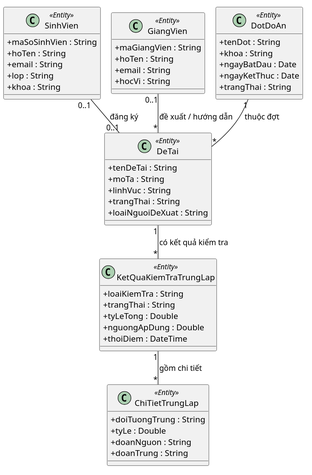
The PlantUML diagram docs/chuong-3-thiet-ke/so-do-lop/lop-thuc-the.svg in dtc235200036-alt/ICTU-DATN-NguyenThiMaiAnh, before a commit. The source it was exported from:
```plantuml
@startuml
skinparam defaultFontName "Noto Sans"
skinparam shadowing false
skinparam dpi 150
skinparam backgroundColor white
skinparam classAttributeIconSize 0
!pragma layout smetana

class SinhVien <<Entity>> {
  +maSoSinhVien : String
  +hoTen : String
  +email : String
  +lop : String
  +khoa : String
}

class GiangVien <<Entity>> {
  +maGiangVien : String
  +hoTen : String
  +email : String
  +hocVi : String
}

class DotDoAn <<Entity>> {
  +tenDot : String
  +khoa : String
  +ngayBatDau : Date
  +ngayKetThuc : Date
  +trangThai : String
}

class DeTai <<Entity>> {
  +tenDeTai : String
  +moTa : String
  +linhVuc : String
  +trangThai : String
  +loaiNguoiDeXuat : String
}

class KetQuaKiemTraTrungLap <<Entity>> {
  +loaiKiemTra : String
  +trangThai : String
  +tyLeTong : Double
  +nguongApDung : Double
  +thoiDiem : DateTime
}

class ChiTietTrungLap <<Entity>> {
  +doiTuongTrung : String
  +tyLe : Double
  +doanNguon : String
  +doanTrung : String
}

DotDoAn "1" -- "*" DeTai : thuộc đợt
GiangVien "0..1" -- "*" DeTai : đề xuất / hướng dẫn
SinhVien "0..1" -- "0..1" DeTai : đăng ký
DeTai "1" -- "*" KetQuaKiemTraTrungLap : có kết quả kiểm tra
KetQuaKiemTraTrungLap "1" -- "*" ChiTietTrungLap : gồm chi tiết
@enduml
```
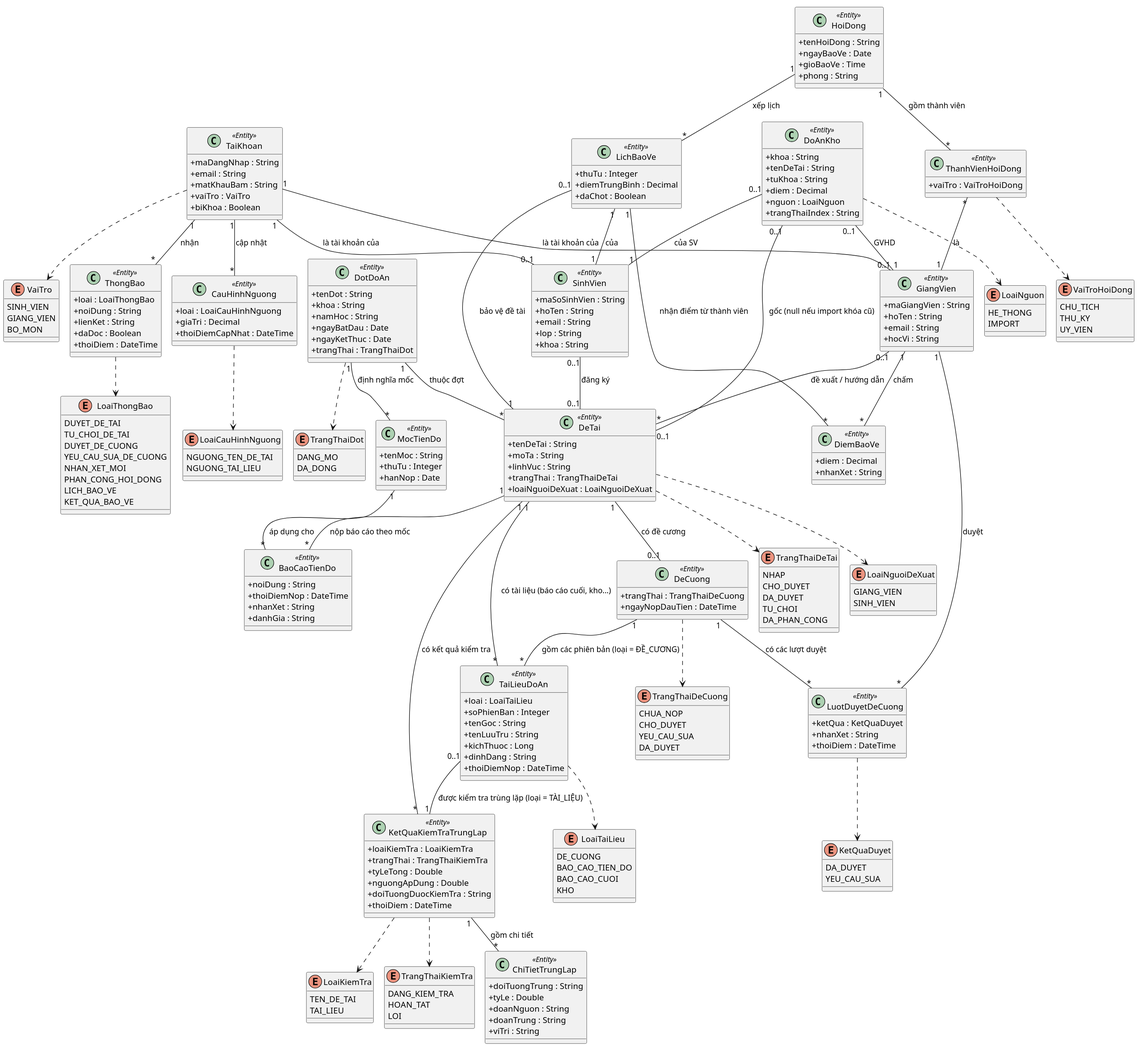
After the commit.

Diff of the diagram source:
```diff
@@ -5,6 +5,95 @@
 skinparam backgroundColor white
 skinparam classAttributeIconSize 0
 !pragma layout smetana
+
+enum VaiTro {
+  SINH_VIEN
+  GIANG_VIEN
+  BO_MON
+}
+
+enum TrangThaiDot {
+  DANG_MO
+  DA_DONG
+}
+
+enum TrangThaiDeTai {
+  NHAP
+  CHO_DUYET
+  DA_DUYET
+  TU_CHOI
+  DA_PHAN_CONG
+}
+
+enum LoaiNguoiDeXuat {
+  GIANG_VIEN
+  SINH_VIEN
+}
+
+enum TrangThaiDeCuong {
+  CHUA_NOP
+  CHO_DUYET
+  YEU_CAU_SUA
+  DA_DUYET
+}
+
+enum LoaiTaiLieu {
+  DE_CUONG
+  BAO_CAO_TIEN_DO
+  BAO_CAO_CUOI
+  KHO
+}
+
+enum KetQuaDuyet {
+  DA_DUYET
+  YEU_CAU_SUA
+}
+
+enum VaiTroHoiDong {
+  CHU_TICH
+  THU_KY
+  UY_VIEN
+}
+
+enum LoaiKiemTra {
+  TEN_DE_TAI
+  TAI_LIEU
+}
+
+enum TrangThaiKiemTra {
+  DANG_KIEM_TRA
+  HOAN_TAT
+  LOI
+}
+
+enum LoaiNguon {
+  HE_THONG
+  IMPORT
+}
+
+enum LoaiThongBao {
+  DUYET_DE_TAI
+  TU_CHOI_DE_TAI
+  DUYET_DE_CUONG
+  YEU_CAU_SUA_DE_CUONG
+  NHAN_XET_MOI
+  PHAN_CONG_HOI_DONG
+  LICH_BAO_VE
+  KET_QUA_BAO_VE
+}
+
+enum LoaiCauHinhNguong {
+  NGUONG_TEN_DE_TAI
+  NGUONG_TAI_LIEU
+}
+
+class TaiKhoan <<Entity>> {
+  +maDangNhap : String
+  +email : String
+  +matKhauBam : String
+  +vaiTro : VaiTro
+  +biKhoa : Boolean
+}
 
 class SinhVien <<Entity>> {
   +maSoSinhVien : String
@@ -24,24 +113,26 @@
 class DotDoAn <<Entity>> {
   +tenDot : String
   +khoa : String
+  +namHoc : String
   +ngayBatDau : Date
   +ngayKetThuc : Date
-  +trangThai : String
+  +trangThai : TrangThaiDot
 }
 
 class DeTai <<Entity>> {
   +tenDeTai : String
   +moTa : String
   +linhVuc : String
-  +trangThai : String
-  +loaiNguoiDeXuat : String
+  +trangThai : TrangThaiDeTai
+  +loaiNguoiDeXuat : LoaiNguoiDeXuat
 }
 
 class KetQuaKiemTraTrungLap <<Entity>> {
-  +loaiKiemTra : String
-  +trangThai : String
+  +loaiKiemTra : LoaiKiemTra
+  +trangThai : TrangThaiKiemTra
   +tyLeTong : Double
   +nguongApDung : Double
+  +doiTuongDuocKiemTra : String
   +thoiDiem : DateTime
 }
 
@@ -50,11 +141,132 @@
   +tyLe : Double
   +doanNguon : String
   +doanTrung : String
+  +viTri : String
 }
 
-DotDoAn "1" -- "*" DeTai : thuộc đợt
-GiangVien "0..1" -- "*" DeTai : đề xuất / hướng dẫn
-SinhVien "0..1" -- "0..1" DeTai : đăng ký
-DeTai "1" -- "*" KetQuaKiemTraTrungLap : có kết quả kiểm tra
-KetQuaKiemTraTrungLap "1" -- "*" ChiTietTrungLap : gồm chi tiết
+class MocTienDo <<Entity>> {
+  +tenMoc : String
+  +thuTu : Integer
+  +hanNop : Date
+}
+
+class DeCuong <<Entity>> {
+  +trangThai : TrangThaiDeCuong
+  +ngayNopDauTien : DateTime
+}
+
+class TaiLieuDoAn <<Entity>> {
+  +loai : LoaiTaiLieu
+  +soPhienBan : Integer
+  +tenGoc : String
+  +tenLuuTru : String
+  +kichThuoc : Long
+  +dinhDang : String
+  +thoiDiemNop : DateTime
+}
+
+class LuotDuyetDeCuong <<Entity>> {
+  +ketQua : KetQuaDuyet
+  +nhanXet : String
+  +thoiDiem : DateTime
+}
+
+class BaoCaoTienDo <<Entity>> {
+  +noiDung : String
+  +thoiDiemNop : DateTime
+  +nhanXet : String
+  +danhGia : String
+}
+
+class HoiDong <<Entity>> {
+  +tenHoiDong : String
+  +ngayBaoVe : Date
+  +gioBaoVe : Time
+  +phong : String
+}
+
+class ThanhVienHoiDong <<Entity>> {
+  +vaiTro : VaiTroHoiDong
+}
+
+class LichBaoVe <<Entity>> {
+  +thuTu : Integer
+  +diemTrungBinh : Decimal
+  +daChot : Boolean
+}
+
+class DiemBaoVe <<Entity>> {
+  +diem : Decimal
+  +nhanXet : String
+}
+
+class DoAnKho <<Entity>> {
+  +khoa : String
+  +tenDeTai : String
+  +tuKhoa : String
+  +diem : Decimal
+  +nguon : LoaiNguon
+  +trangThaiIndex : String
+}
+
+class ThongBao <<Entity>> {
+  +loai : LoaiThongBao
+  +noiDung : String
+  +lienKet : String
+  +daDoc : Boolean
+  +thoiDiem : DateTime
+}
+
+class CauHinhNguong <<Entity>> {
+  +loai : LoaiCauHinhNguong
+  +giaTri : Decimal
+  +thoiDiemCapNhat : DateTime
+}
+
+TaiKhoan "1" -- "0..1" SinhVien : "là tài khoản của"
+TaiKhoan "1" -- "0..1" GiangVien : "là tài khoản của"
+TaiKhoan "1" -- "*" ThongBao : "nhận"
+TaiKhoan "1" -- "*" CauHinhNguong : "cập nhật"
+
+DotDoAn "1" -- "*" DeTai : "thuộc đợt"
+GiangVien "0..1" -- "*" DeTai : "đề xuất / hướng dẫn"
+SinhVien "0..1" -- "0..1" DeTai : "đăng ký"
+DeTai "1" -- "*" KetQuaKiemTraTrungLap : "có kết quả kiểm tra"
+KetQuaKiemTraTrungLap "1" -- "*" ChiTietTrungLap : "gồm chi tiết"
+
+DotDoAn "1" -- "*" MocTienDo : "định nghĩa mốc"
+DeTai "1" -- "0..1" DeCuong : "có đề cương"
+DeCuong "1" -- "*" TaiLieuDoAn : "gồm các phiên bản (loại = ĐỀ_CƯƠNG)"
+DeCuong "1" -- "*" LuotDuyetDeCuong : "có các lượt duyệt"
+GiangVien "1" -- "*" LuotDuyetDeCuong : "duyệt"
+DeTai "1" -- "*" BaoCaoTienDo : "nộp báo cáo theo mốc"
+MocTienDo "1" -- "*" BaoCaoTienDo : "áp dụng cho"
+DeTai "1" -- "*" TaiLieuDoAn : "có tài liệu (báo cáo cuối, kho...)"
+TaiLieuDoAn "0..1" -- "1" KetQuaKiemTraTrungLap : "được kiểm tra trùng lặp (loại = TÀI_LIỆU)"
+
+HoiDong "1" -- "*" ThanhVienHoiDong : "gồm thành viên"
+ThanhVienHoiDong "*" -- "1" GiangVien : "là"
+HoiDong "1" -- "*" LichBaoVe : "xếp lịch"
+LichBaoVe "1" -- "1" SinhVien : "của"
+LichBaoVe "0..1" -- "1" DeTai : "bảo vệ đề tài"
+LichBaoVe "1" -- "*" DiemBaoVe : "nhận điểm từ thành viên"
+GiangVien "1" -- "*" DiemBaoVe : "chấm"
+
+DoAnKho "0..1" -- "0..1" DeTai : "gốc (null nếu import khóa cũ)"
+DoAnKho "0..1" -- "1" SinhVien : "của SV"
+DoAnKho "0..1" -- "1" GiangVien : "GVHD"
+
+TaiKhoan ..> VaiTro
+DotDoAn ..> TrangThaiDot
+DeTai ..> TrangThaiDeTai
+DeTai ..> LoaiNguoiDeXuat
+DeCuong ..> TrangThaiDeCuong
+TaiLieuDoAn ..> LoaiTaiLieu
+LuotDuyetDeCuong ..> KetQuaDuyet
+ThanhVienHoiDong ..> VaiTroHoiDong
+KetQuaKiemTraTrungLap ..> LoaiKiemTra
+KetQuaKiemTraTrungLap ..> TrangThaiKiemTra
+DoAnKho ..> LoaiNguon
+ThongBao ..> LoaiThongBao
+CauHinhNguong ..> LoaiCauHinhNguong
 @enduml
```
